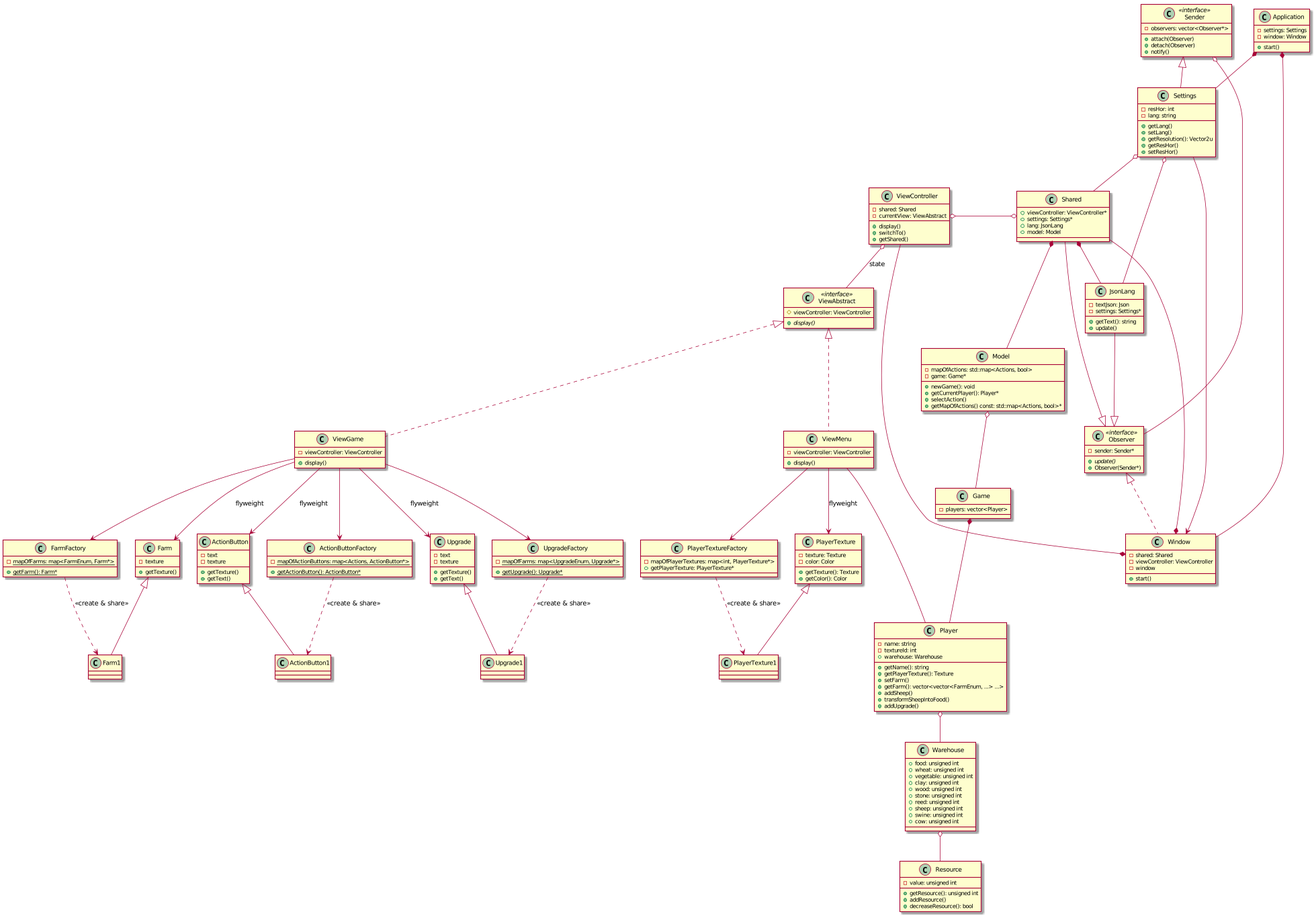
ArturBa/AlmostAgricola keeps this PlantUML diagram as docs/UML/ClassUML.png. Above is the earlier version.
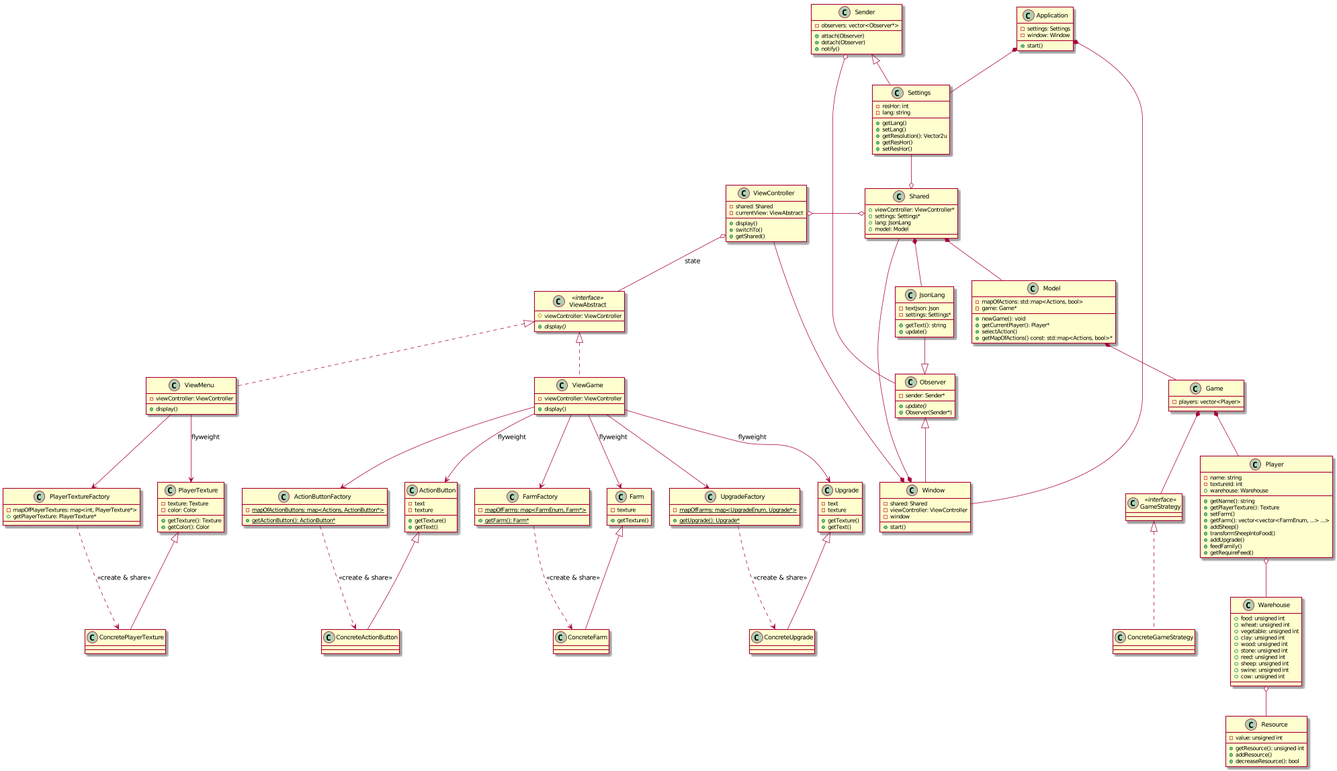
After the change.

Commit message:
UML class diagram update

Diff of the diagram source:
```diff
@@ -42,13 +42,13 @@
     + setResHor()
 }
 
-class Observer << interface >> {
+class Observer {
     - sender: Sender*
     + {abstract}update()
     + Observer(Sender*)
 }
 
-class Sender << interface >> {
+class Sender {
     - observers: vector<Observer*>
     + attach(Observer)
     + detach(Observer)
@@ -78,7 +78,7 @@
     + getText()
 }
 
-class ActionButton1{
+class ConcreteActionButton{
 }
 
 class FarmFactory{
@@ -90,7 +90,7 @@
     - texture
     + getTexture()
 }
-class Farm1{
+class ConcreteFarm{
 }
 
 class UpgradeFactory{
@@ -105,7 +105,7 @@
     + getText()
 }
 
-class Upgrade1{
+class ConcreteUpgrade{
 }
 
 class PlayerTextureFactory{
@@ -120,7 +120,7 @@
     + getColor(): Color
 }
 
-class PlayerTexture1{
+class ConcretePlayerTexture{
 }
 
 class JsonLang{
@@ -150,6 +150,8 @@
     + addSheep()
     + transformSheepIntoFood()
     + addUpgrade()
+    + feedFamily()
+    + getRequireFeed()
 }
 
 class Warehouse {
@@ -165,68 +167,73 @@
     + cow: unsigned int
 }
 
-class Resource{
+class Resource {
     - value: unsigned int
     + getResource(): unsigned int
     + addResource()
     + decreaseResource(): bool
+}
+
+class Game {
+    - players: vector<Player>
+}
+
+class GameStrategy <<interface>> {
 
 }
 
-class Game{
-    - players: vector<Player>
+class ConcreteGameStrategy {
+
 }
 
 Window *-- ViewController
 Window *-- Shared
 
 ViewController o-o Shared
-Settings o-- JsonLang
 Shared *-- JsonLang
-Shared --|> Observer
 JsonLang --|> Observer
 
 ViewAbstract <|.. ViewMenu
 ViewAbstract <|.. ViewGame
 ViewController o-- ViewAbstract: state
 
-PlayerTexture <|-- PlayerTexture1
+PlayerTexture <|-- ConcretePlayerTexture
 ViewMenu --> PlayerTextureFactory
 ViewMenu --> PlayerTexture: flyweight
-PlayerTextureFactory ..> PlayerTexture1: <<create & share>>
+PlayerTextureFactory ..> ConcretePlayerTexture: <<create & share>>
 
-ActionButton <|-- ActionButton1
+ActionButton <|-- ConcreteActionButton
 ViewGame --> ActionButtonFactory
 ViewGame --> ActionButton: flyweight
-ActionButtonFactory ..> ActionButton1: <<create & share>>
+ActionButtonFactory ..> ConcreteActionButton: <<create & share>>
 
-Farm <|-- Farm1
+Farm <|-- ConcreteFarm
 ViewGame --> FarmFactory
 ViewGame --> Farm: flyweight
-FarmFactory ..> Farm1: <<create & share>>
+FarmFactory ..> ConcreteFarm: <<create & share>>
 
-Upgrade <|-- Upgrade1
+Upgrade <|-- ConcreteUpgrade
 ViewGame --> UpgradeFactory
 ViewGame --> Upgrade: flyweight
-UpgradeFactory ..> Upgrade1: <<create & share>>
+UpgradeFactory ..> ConcreteUpgrade: <<create & share>>
 
 Sender <|-- Settings
 Sender o-- Observer
-Observer <|.. Window
-Settings --> Window
+Observer <|-- Window
 
 Application *-- Window
 Application *-- Settings
 
-Settings o-- Shared
+Settings --o Shared
 
 Shared *-- Model
-Model o-- Game
+Model *-- Game
 Game *-- Player
 
-ViewMenu --- Player
 Player o-- Warehouse
 Warehouse o-- Resource
 
+Game *-- GameStrategy
+GameStrategy <|.. ConcreteGameStrategy
 
 @enduml
```
